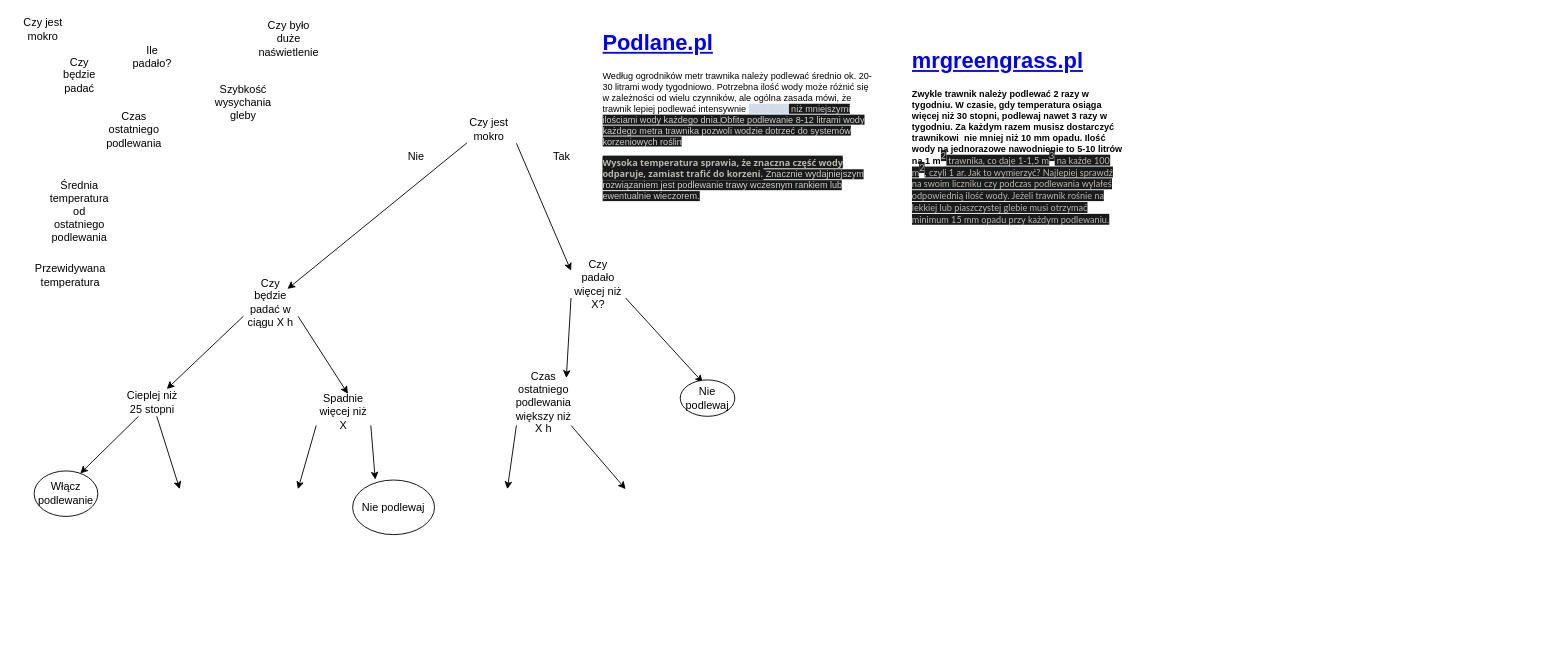
The draw.io diagram page "Wstepny diagram" (1 of 3) of conditional-probability.drawio in damiantomczyszyn/Irrigation-System, before the edit. Source tidied: cells renumbered, new cells numbered last; positions are measured from the earlier drawing's top-left corner, leaving out a move shared by most shapes. Both pictures are drawn from the tidied source at 91%, with x=0, y=0 at pixel (15, 15).
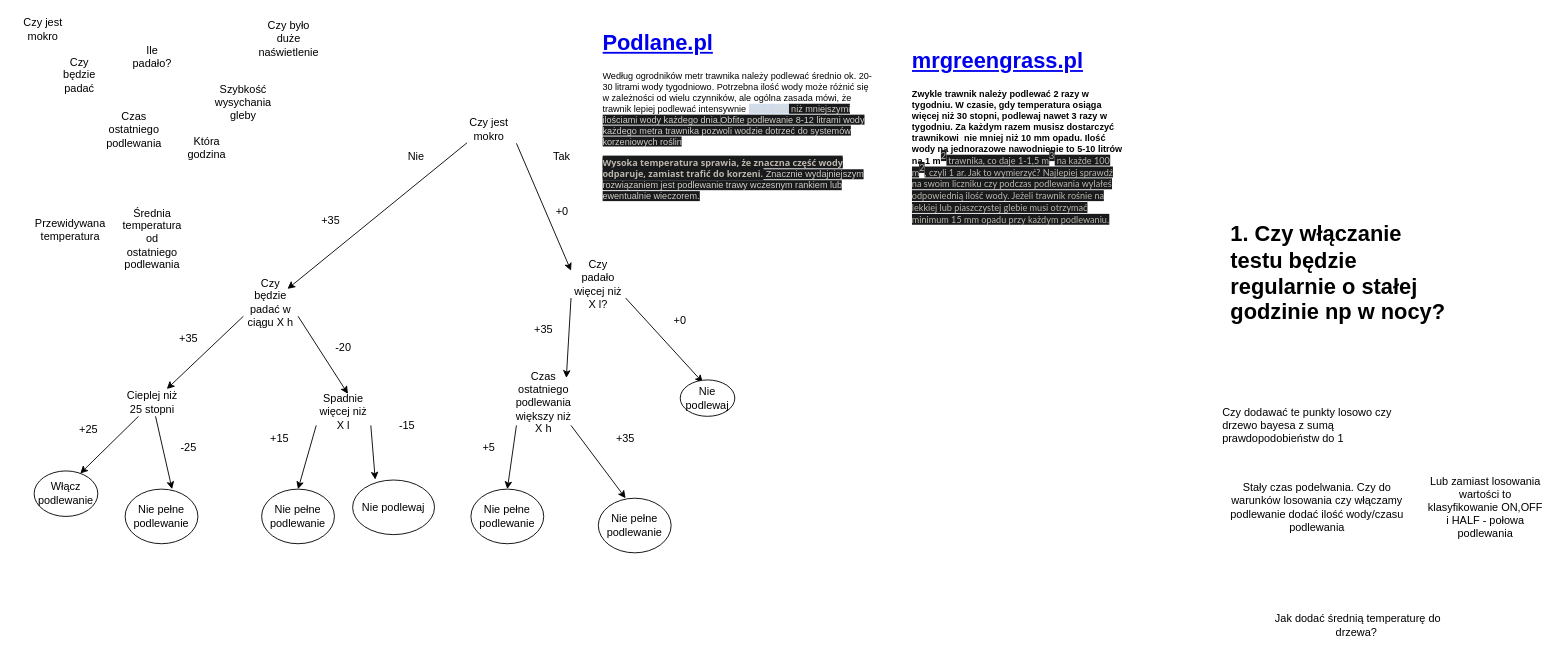
Above is the later version.

Commit message:
dodanie schematu tabeli przypadkow

The change refers to these unchanged cells:
```xml
<mxCell id="11" value="Cieplej niż 25 stopni" style="text;html=1;strokeColor=none;fillColor=none;align=center;verticalAlign=middle;whiteSpace=wrap;rounded=0;" parent="1" vertex="1">
  <mxGeometry x="120" y="410" width="60" height="30" as="geometry" />
</mxCell>
<mxCell id="21" value="Czas ostatniego podlewania większy niż X h" style="text;html=1;strokeColor=none;fillColor=none;align=center;verticalAlign=middle;whiteSpace=wrap;rounded=0;" parent="1" vertex="1">
  <mxGeometry x="550" y="400" width="60" height="50" as="geometry" />
</mxCell>
```

Change to the diagram source:
```diff
@@
     <mxCell id="10" value="Średnia temperatura od ostatniego podlewania" style="text;html=1;strokeColor=none;fillColor=none;align=center;verticalAlign=middle;whiteSpace=wrap;rounded=0;" parent="1" vertex="1">
-      <mxGeometry x="40" y="200" width="60" height="30" as="geometry" />
+      <mxGeometry x="120" y="230" width="60" height="30" as="geometry" />
     </mxCell>
@@
-    <mxCell id="14" value="Czy padało więcej niż X?" style="text;html=1;strokeColor=none;fillColor=none;align=center;verticalAlign=middle;whiteSpace=wrap;rounded=0;" parent="1" vertex="1">
+    <mxCell id="14" value="Czy padało więcej niż X l?" style="text;html=1;strokeColor=none;fillColor=none;align=center;verticalAlign=middle;whiteSpace=wrap;rounded=0;" parent="1" vertex="1">
       <mxGeometry x="610" y="280" width="60" height="30" as="geometry" />
     </mxCell>
@@
-    <mxCell id="22" style="endArrow=classic;html=1;rounded=0;exitX=1;exitY=1;exitDx=0;exitDy=0;" parent="1" edge="1" source="21">
-      <mxGeometry relative="1" as="geometry">
-        <mxPoint x="670" y="520" as="targetPoint" />
-      </mxGeometry>
+    <mxCell id="22" style="endArrow=classic;html=1;rounded=0;exitX=1;exitY=1;exitDx=0;exitDy=0;entryX=0.375;entryY=0;entryDx=0;entryDy=0;entryPerimeter=0;" parent="1" edge="1" source="21" target="55">
+      <mxGeometry relative="1" as="geometry" />
     </mxCell>
@@
-    <mxCell id="24" style="endArrow=classic;html=1;rounded=0;" parent="1" edge="1" source="11">
-      <mxGeometry relative="1" as="geometry">
-        <mxPoint x="180" y="520" as="targetPoint" />
-      </mxGeometry>
+    <mxCell id="24" style="endArrow=classic;html=1;rounded=0;entryX=0.645;entryY=0.001;entryDx=0;entryDy=0;entryPerimeter=0;" parent="1" edge="1" source="11" target="48">
+      <mxGeometry relative="1" as="geometry" />
     </mxCell>
@@
     <mxCell id="26" value="Przewidywana temperatura" style="text;html=1;strokeColor=none;fillColor=none;align=center;verticalAlign=middle;whiteSpace=wrap;rounded=0;" parent="1" vertex="1">
-      <mxGeometry x="30" y="270" width="60" height="30" as="geometry" />
+      <mxGeometry x="30" y="220" width="60" height="30" as="geometry" />
     </mxCell>
@@
-    <mxCell id="28" value="Spadnie więcej niż X" style="text;html=1;strokeColor=none;fillColor=none;align=center;verticalAlign=middle;whiteSpace=wrap;rounded=0;" parent="1" vertex="1">
+    <mxCell id="28" value="Spadnie więcej niż X l" style="text;html=1;strokeColor=none;fillColor=none;align=center;verticalAlign=middle;whiteSpace=wrap;rounded=0;" parent="1" vertex="1">
       <mxGeometry x="330" y="420" width="60" height="30" as="geometry" />
     </mxCell>
@@
-    <mxCell id="30" style="endArrow=classic;html=1;rounded=0;exitX=0;exitY=1;exitDx=0;exitDy=0;" parent="1" edge="1" source="28">
-      <mxGeometry relative="1" as="geometry">
-        <mxPoint x="310" y="520" as="targetPoint" />
-      </mxGeometry>
+    <mxCell id="30" style="endArrow=classic;html=1;rounded=0;exitX=0;exitY=1;exitDx=0;exitDy=0;entryX=0.5;entryY=0;entryDx=0;entryDy=0;entryPerimeter=0;" parent="1" edge="1" source="28" target="49">
+      <mxGeometry relative="1" as="geometry" />
     </mxCell>
@@
+    <mxCell id="35" value="Która godzina" style="text;html=1;strokeColor=none;fillColor=none;align=center;verticalAlign=middle;whiteSpace=wrap;rounded=0;" parent="1" vertex="1">
+      <mxGeometry x="180" y="130" width="60" height="30" as="geometry" />
+    </mxCell>
+    <mxCell id="36" value="+0" style="text;html=1;align=center;verticalAlign=middle;strokeColor=none;fillColor=none;" parent="1" vertex="1">
+      <mxGeometry x="580" y="200" width="40" height="30" as="geometry" />
+    </mxCell>
+    <mxCell id="37" value="+35" style="text;strokeColor=none;fillColor=none;align=left;verticalAlign=middle;spacingLeft=4;spacingRight=4;overflow=hidden;whiteSpace=wrap;html=1;" parent="1" vertex="1">
+      <mxGeometry x="330" y="210" width="80" height="30" as="geometry" />
+    </mxCell>
+    <mxCell id="38" value="+35" style="text;html=1;strokeColor=none;fillColor=none;align=center;verticalAlign=middle;whiteSpace=wrap;rounded=0;" parent="1" vertex="1">
+      <mxGeometry x="160" y="340" width="60" height="30" as="geometry" />
+    </mxCell>
+    <mxCell id="39" value="+25" style="text;html=1;strokeColor=none;fillColor=none;align=center;verticalAlign=middle;whiteSpace=wrap;rounded=0;" parent="1" vertex="1">
+      <mxGeometry x="50" y="440" width="60" height="30" as="geometry" />
+    </mxCell>
+    <mxCell id="40" value="-25" style="text;html=1;strokeColor=none;fillColor=none;align=center;verticalAlign=middle;whiteSpace=wrap;rounded=0;" parent="1" vertex="1">
+      <mxGeometry x="160" y="460" width="60" height="30" as="geometry" />
+    </mxCell>
+    <mxCell id="41" value="-20" style="text;html=1;strokeColor=none;fillColor=none;align=center;verticalAlign=middle;whiteSpace=wrap;rounded=0;" parent="1" vertex="1">
+      <mxGeometry x="330" y="350" width="60" height="30" as="geometry" />
+    </mxCell>
+    <mxCell id="42" value="&lt;h1&gt;1. Czy włączanie testu będzie&amp;nbsp; regularnie o stałej godzinie np w nocy?&lt;/h1&gt;" style="text;html=1;strokeColor=none;fillColor=none;spacing=5;spacingTop=-20;whiteSpace=wrap;overflow=hidden;rounded=0;" parent="1" vertex="1">
+      <mxGeometry x="1330" y="220" width="250" height="205" as="geometry" />
+    </mxCell>
+    <mxCell id="43" value="Czy dodawać te punkty losowo czy drzewo bayesa z sumą prawdopodobieństw do 1" style="text;strokeColor=none;fillColor=none;align=left;verticalAlign=middle;spacingLeft=4;spacingRight=4;overflow=hidden;whiteSpace=wrap;html=1;" parent="1" vertex="1">
+      <mxGeometry x="1320" y="400" width="220" height="100" as="geometry" />
+    </mxCell>
+    <mxCell id="44" value="Stały czas podelwania. Czy do warunków losowania czy włączamy podlewanie dodać ilość wody/czasu podlewania" style="text;html=1;strokeColor=none;fillColor=none;align=center;verticalAlign=middle;whiteSpace=wrap;rounded=0;" parent="1" vertex="1">
+      <mxGeometry x="1320" y="490" width="220" height="100" as="geometry" />
+    </mxCell>
+    <mxCell id="45" value="Lub zamiast losowania wartości to klasyfikowanie ON,OFF i HALF - połowa podlewania" style="text;html=1;strokeColor=none;fillColor=none;align=center;verticalAlign=middle;whiteSpace=wrap;rounded=0;" parent="1" vertex="1">
+      <mxGeometry x="1550" y="510" width="130" height="60" as="geometry" />
+    </mxCell>
+    <mxCell id="46" value="-15" style="text;html=1;strokeColor=none;fillColor=none;align=center;verticalAlign=middle;whiteSpace=wrap;rounded=0;" parent="1" vertex="1">
+      <mxGeometry x="400" y="435" width="60" height="30" as="geometry" />
+    </mxCell>
+    <mxCell id="47" value="+15" style="text;html=1;strokeColor=none;fillColor=none;align=center;verticalAlign=middle;whiteSpace=wrap;rounded=0;" parent="1" vertex="1">
+      <mxGeometry x="260" y="450" width="60" height="30" as="geometry" />
+    </mxCell>
+    <mxCell id="48" value="Nie pełne podlewanie" style="ellipse;whiteSpace=wrap;html=1;" parent="1" vertex="1">
+      <mxGeometry x="120" y="520" width="80" height="60" as="geometry" />
+    </mxCell>
+    <mxCell id="49" value="Nie pełne podlewanie" style="ellipse;whiteSpace=wrap;html=1;" parent="1" vertex="1">
+      <mxGeometry x="270" y="520" width="80" height="60" as="geometry" />
+    </mxCell>
+    <mxCell id="50" value="Nie pełne podlewanie" style="ellipse;whiteSpace=wrap;html=1;" parent="1" vertex="1">
+      <mxGeometry x="500" y="520" width="80" height="60" as="geometry" />
+    </mxCell>
+    <mxCell id="51" value="+0" style="text;html=1;strokeColor=none;fillColor=none;align=center;verticalAlign=middle;whiteSpace=wrap;rounded=0;" parent="1" vertex="1">
+      <mxGeometry x="700" y="320" width="60" height="30" as="geometry" />
+    </mxCell>
+    <mxCell id="52" value="+35" style="text;html=1;strokeColor=none;fillColor=none;align=center;verticalAlign=middle;whiteSpace=wrap;rounded=0;" parent="1" vertex="1">
+      <mxGeometry x="550" y="330" width="60" height="30" as="geometry" />
+    </mxCell>
+    <mxCell id="53" value="+35" style="text;html=1;strokeColor=none;fillColor=none;align=center;verticalAlign=middle;whiteSpace=wrap;rounded=0;" parent="1" vertex="1">
+      <mxGeometry x="640" y="450" width="60" height="30" as="geometry" />
+    </mxCell>
+    <mxCell id="54" value="+5" style="text;html=1;strokeColor=none;fillColor=none;align=center;verticalAlign=middle;whiteSpace=wrap;rounded=0;" parent="1" vertex="1">
+      <mxGeometry x="490" y="460" width="60" height="30" as="geometry" />
+    </mxCell>
+    <mxCell id="55" value="Nie pełne podlewanie" style="ellipse;whiteSpace=wrap;html=1;" parent="1" vertex="1">
+      <mxGeometry x="640" y="530" width="80" height="60" as="geometry" />
+    </mxCell>
+    <mxCell id="56" value="Jak dodać średnią temperaturę do drzewa?&amp;nbsp;" style="text;html=1;strokeColor=none;fillColor=none;align=center;verticalAlign=middle;whiteSpace=wrap;rounded=0;" parent="1" vertex="1">
+      <mxGeometry x="1380" y="640" width="190" height="60" as="geometry" />
+    </mxCell>
```
